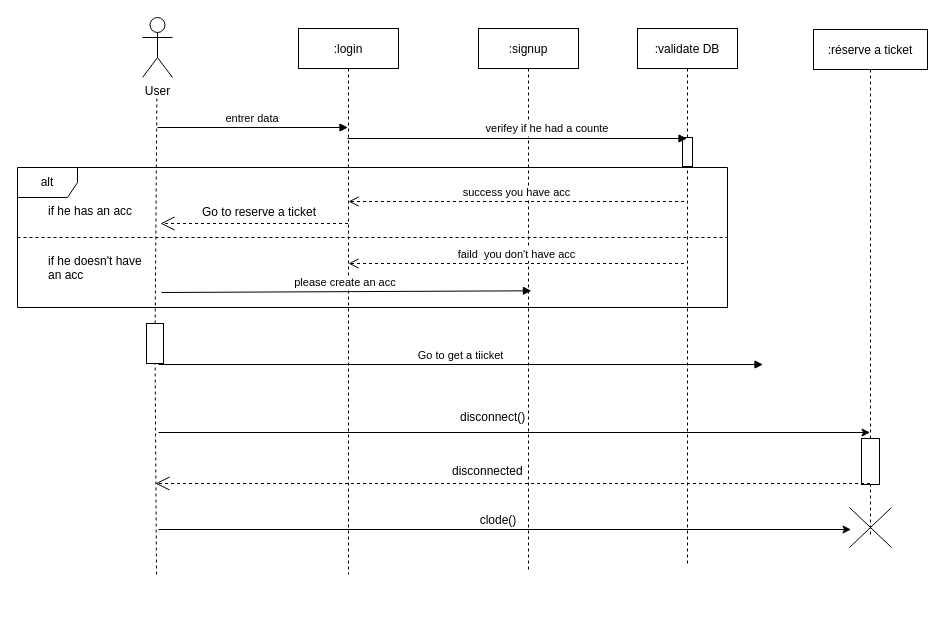
This is UML/sequence_user.drawio from ASMAEELKHIRAOUI/FIFA-WC-QATAR22, a draw.io file, before an edit. Source tidied: cells renumbered, new cells numbered last; positions are measured from the earlier drawing's top-left corner, leaving out a move shared by most shapes. Both pictures are drawn from the tidied source at 100%, with x=0, y=0 at pixel (17, 17).
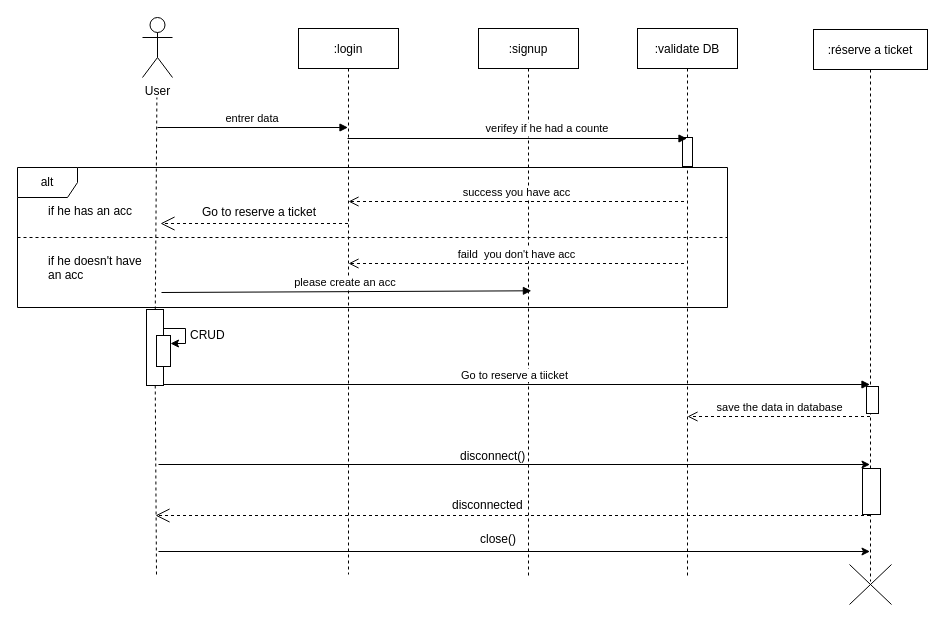
Above is the later version.

Commit message (it also covers changes not shown here):
sequence-user | classe | some modifications

What changed in the source:
```diff
@@
     <mxCell id="3" value=":signup" style="shape=umlLifeline;perimeter=lifelinePerimeter;rounded=0;shadow=0;strokeWidth=1;" parent="1" vertex="1">
-      <mxGeometry x="461" y="11" width="100" height="544" as="geometry" />
+      <mxGeometry x="461" y="11" width="100" height="548" as="geometry" />
     </mxCell>
-    <mxCell id="4" style="endArrow=classic;html=1;" parent="3" edge="1" target="9">
+    <mxCell id="4" style="endArrow=classic;html=1;" parent="3" edge="1">
       <mxGeometry relative="1" as="geometry">
-        <mxPoint x="-320" y="404" as="sourcePoint" />
+        <mxPoint x="-320" y="436" as="sourcePoint" />
+        <mxPoint x="391.5" y="436" as="targetPoint" />
       </mxGeometry>
     </mxCell>
@@
     <mxCell id="6" value=":validate DB" style="shape=umlLifeline;perimeter=lifelinePerimeter;rounded=0;shadow=0;strokeWidth=1;" parent="1" vertex="1">
-      <mxGeometry x="620" y="11" width="100" height="537" as="geometry" />
+      <mxGeometry x="620" y="11" width="100" height="550" as="geometry" />
     </mxCell>
@@
     <mxCell id="9" value=":réserve a ticket" style="shape=umlLifeline;perimeter=lifelinePerimeter;rounded=0;shadow=0;strokeWidth=1;" parent="1" vertex="1">
-      <mxGeometry x="796" y="12" width="114" height="505" as="geometry" />
+      <mxGeometry x="796" y="12" width="114" height="552" as="geometry" />
     </mxCell>
     <mxCell id="10" style="rounded=0;whiteSpace=wrap;html=1;" parent="9" vertex="1">
-      <mxGeometry x="48" y="409" width="18" height="46" as="geometry" />
+      <mxGeometry x="49" y="439" width="18" height="46" as="geometry" />
     </mxCell>
+    <mxCell id="32" style="rounded=0;whiteSpace=wrap;html=1;" parent="9" vertex="1">
+      <mxGeometry x="53" y="357" width="12" height="27" as="geometry" />
+    </mxCell>
@@
-    <mxCell id="22" value="Go to get a tiicket" style="html=1;verticalAlign=bottom;endArrow=block;rounded=0;" parent="1" edge="1">
+    <mxCell id="22" value="Go to reserve a tiicket" style="html=1;verticalAlign=bottom;endArrow=block;rounded=0;" parent="1" edge="1">
       <mxGeometry relative="1" as="geometry">
-        <mxPoint x="141" y="347" as="sourcePoint" />
-        <mxPoint x="745.5" y="347" as="targetPoint" />
+        <mxPoint x="141" y="367" as="sourcePoint" />
+        <mxPoint x="852.5" y="367" as="targetPoint" />
       </mxGeometry>
     </mxCell>
     <mxCell id="23" style="rounded=0;whiteSpace=wrap;html=1;" parent="1" vertex="1">
-      <mxGeometry x="129" y="306" width="17" height="40" as="geometry" />
+      <mxGeometry x="129" y="292" width="17" height="76" as="geometry" />
     </mxCell>
@@
     <mxCell id="25" value="disconnect()" style="text;strokeColor=none;fillColor=none;align=left;verticalAlign=middle;spacingLeft=4;spacingRight=4;overflow=hidden;" parent="1" vertex="1">
-      <mxGeometry x="437" y="384" width="80" height="30" as="geometry" />
+      <mxGeometry x="437" y="423" width="80" height="30" as="geometry" />
     </mxCell>
     <mxCell id="26" value="disconnected" style="text;strokeColor=none;fillColor=none;spacingLeft=4;spacingRight=4;overflow=hidden;fontSize=12;dashed=1;" parent="1" vertex="1">
-      <mxGeometry x="429" y="440" width="127" height="30" as="geometry" />
+      <mxGeometry x="429" y="474" width="127" height="30" as="geometry" />
     </mxCell>
-    <mxCell id="27" style="endArrow=open;endFill=1;endSize=12;html=1;rounded=0;dashed=1;" parent="1" edge="1" source="9">
+    <mxCell id="27" style="endArrow=open;endFill=1;endSize=12;html=1;rounded=0;dashed=1;" parent="1" edge="1">
       <mxGeometry relative="1" as="geometry">
-        <mxPoint x="138" y="466" as="targetPoint" />
+        <mxPoint x="852.5" y="498" as="sourcePoint" />
+        <mxPoint x="138" y="498" as="targetPoint" />
       </mxGeometry>
     </mxCell>
     <mxCell id="28" style="endArrow=none;html=1;" parent="1" edge="1">
       <mxGeometry relative="1" as="geometry">
-        <mxPoint x="832" y="530" as="sourcePoint" />
-        <mxPoint x="874" y="490" as="targetPoint" />
+        <mxPoint x="832" y="587" as="sourcePoint" />
+        <mxPoint x="874" y="547" as="targetPoint" />
       </mxGeometry>
     </mxCell>
     <mxCell id="29" style="endArrow=none;html=1;" parent="1" edge="1">
       <mxGeometry relative="1" as="geometry">
-        <mxPoint x="832" y="490" as="sourcePoint" />
-        <mxPoint x="874" y="530" as="targetPoint" />
+        <mxPoint x="832" y="547" as="sourcePoint" />
+        <mxPoint x="874" y="587" as="targetPoint" />
       </mxGeometry>
     </mxCell>
-    <mxCell id="30" style="endArrow=classic;html=1;" parent="1" edge="1">
+    <mxCell id="30" style="endArrow=classic;html=1;" parent="1" edge="1" target="9">
       <mxGeometry relative="1" as="geometry">
-        <mxPoint x="141" y="512" as="sourcePoint" />
-        <mxPoint x="833.5" y="512" as="targetPoint" />
+        <mxPoint x="141" y="534" as="sourcePoint" />
       </mxGeometry>
     </mxCell>
-    <mxCell id="31" value="clode()" style="text;html=1;strokeColor=none;fillColor=none;align=center;verticalAlign=middle;whiteSpace=wrap;rounded=0;" parent="1" vertex="1">
-      <mxGeometry x="451" y="488" width="60" height="30" as="geometry" />
+    <mxCell id="31" value="close()" style="text;html=1;strokeColor=none;fillColor=none;align=center;verticalAlign=middle;whiteSpace=wrap;rounded=0;" parent="1" vertex="1">
+      <mxGeometry x="451" y="507" width="60" height="30" as="geometry" />
     </mxCell>
+    <mxCell id="33" value="save the data in database" style="html=1;verticalAlign=bottom;endArrow=open;dashed=1;endSize=8;rounded=0;" parent="1" edge="1">
+      <mxGeometry relative="1" as="geometry">
+        <mxPoint x="852.5" y="399" as="sourcePoint" />
+        <mxPoint x="670" y="399" as="targetPoint" />
+      </mxGeometry>
+    </mxCell>
+    <mxCell id="34" style="rounded=0;whiteSpace=wrap;html=1;" parent="1" vertex="1">
+      <mxGeometry x="139" y="318" width="14" height="31" as="geometry" />
+    </mxCell>
+    <mxCell id="35" style="endArrow=classic;html=1;" parent="1" edge="1">
+      <mxGeometry relative="1" as="geometry">
+        <mxPoint x="168" y="326" as="sourcePoint" />
+        <mxPoint x="153" y="326" as="targetPoint" />
+      </mxGeometry>
+    </mxCell>
+    <mxCell id="36" style="endArrow=none;html=1;exitX=1;exitY=0.25;exitDx=0;exitDy=0;" parent="1" edge="1" source="23">
+      <mxGeometry relative="1" as="geometry">
+        <mxPoint x="168" y="311" as="targetPoint" />
+      </mxGeometry>
+    </mxCell>
+    <mxCell id="37" style="endArrow=none;html=1;" parent="1" edge="1">
+      <mxGeometry relative="1" as="geometry">
+        <mxPoint x="168" y="326" as="sourcePoint" />
+        <mxPoint x="168" y="311" as="targetPoint" />
+      </mxGeometry>
+    </mxCell>
+    <mxCell id="38" value="CRUD" style="text;strokeColor=none;fillColor=none;align=left;verticalAlign=middle;spacingLeft=4;spacingRight=4;overflow=hidden;" parent="1" vertex="1">
+      <mxGeometry x="167" y="302" width="80" height="30" as="geometry" />
+    </mxCell>
```
